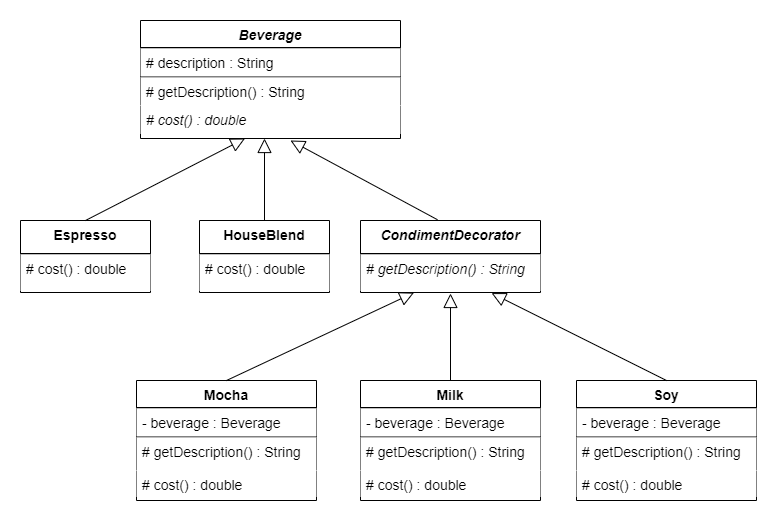
Before: src/main/java/DesignPatterns/decorator/Decorator.png, a diagram exported from draw.io (jtjin/DesignPatterns). Source tidied: cells renumbered, new cells last; positions are measured from the earlier drawing's top-left corner, leaving out a move shared by most shapes.
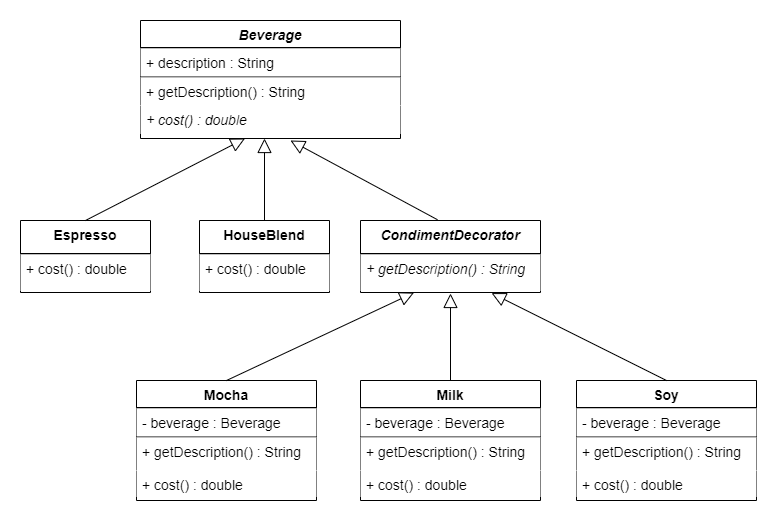
The same diagram one commit later.

Commit message:
Update Decorator Pattern

What changed in the source:
```diff
@@ -11,16 +11,16 @@
     <mxCell id="4" style="line;html=1;strokeWidth=1;align=left;verticalAlign=middle;spacingTop=-1;spacingLeft=3;spacingRight=3;labelPosition=right;fontFamily=Helvetica;fontSize=14;labelBackgroundColor=#FFFFFF;noLabel=0;perimeterSpacing=0;shadow=0;sketch=0;fontStyle=0;" parent="3" vertex="1">
       <mxGeometry y="27" width="260" height="1" as="geometry" />
     </mxCell>
-    <mxCell id="5" value="# description : String" style="text;align=left;verticalAlign=top;spacingLeft=4;spacingRight=4;overflow=hidden;fontFamily=Helvetica;fontSize=14;labelBackgroundColor=#ffffff;fillColor=#ffffff;fontStyle=0;" parent="3" vertex="1">
+    <mxCell id="5" value="+ description : String" style="text;align=left;verticalAlign=top;spacingLeft=4;spacingRight=4;overflow=hidden;fontFamily=Helvetica;fontSize=14;labelBackgroundColor=#ffffff;fillColor=#ffffff;fontStyle=0;" parent="3" vertex="1">
       <mxGeometry y="28" width="260" height="28" as="geometry" />
     </mxCell>
     <mxCell id="6" style="line;html=1;strokeWidth=1;align=left;verticalAlign=middle;spacingTop=-1;spacingLeft=3;spacingRight=3;labelPosition=right;fontFamily=Helvetica;fontSize=14;labelBackgroundColor=#FFFFFF;noLabel=0;perimeterSpacing=0;shadow=0;sketch=0;fontStyle=0;" parent="3" vertex="1">
       <mxGeometry y="56" width="260" height="1" as="geometry" />
     </mxCell>
-    <mxCell id="7" value="# getDescription() : String" style="text;align=left;verticalAlign=top;spacingLeft=4;spacingRight=4;overflow=hidden;fontFamily=Helvetica;fontSize=14;labelBackgroundColor=#ffffff;fillColor=#ffffff;fontStyle=0;" parent="3" vertex="1">
+    <mxCell id="7" value="+ getDescription() : String" style="text;align=left;verticalAlign=top;spacingLeft=4;spacingRight=4;overflow=hidden;fontFamily=Helvetica;fontSize=14;labelBackgroundColor=#ffffff;fillColor=#ffffff;fontStyle=0;" parent="3" vertex="1">
       <mxGeometry y="57" width="260" height="28" as="geometry" />
     </mxCell>
-    <mxCell id="8" value="# cost() : double" style="text;align=left;verticalAlign=top;spacingLeft=4;spacingRight=4;overflow=hidden;fontFamily=Helvetica;fontSize=14;labelBackgroundColor=#ffffff;fillColor=#ffffff;fontStyle=2;" parent="3" vertex="1">
+    <mxCell id="8" value="+ cost() : double" style="text;align=left;verticalAlign=top;spacingLeft=4;spacingRight=4;overflow=hidden;fontFamily=Helvetica;fontSize=14;labelBackgroundColor=#ffffff;fillColor=#ffffff;fontStyle=2;" parent="3" vertex="1">
       <mxGeometry y="85" width="260" height="28" as="geometry" />
     </mxCell>
     <mxCell id="9" value="Espresso" style="swimlane;fontStyle=1;align=center;verticalAlign=top;horizontal=1;startSize=33;rounded=0;shadow=0;strokeWidth=1;fontFamily=Helvetica;fontSize=14;labelBackgroundColor=#FFFFFF;" parent="1" vertex="1">
@@ -29,7 +29,7 @@
     <mxCell id="10" style="line;html=1;strokeWidth=1;align=left;verticalAlign=middle;spacingTop=-1;spacingLeft=3;spacingRight=3;labelPosition=right;fontFamily=Helvetica;fontSize=14;labelBackgroundColor=#FFFFFF;noLabel=0;perimeterSpacing=0;shadow=0;sketch=0;" parent="9" vertex="1">
       <mxGeometry y="33" width="130" height="1" as="geometry" />
     </mxCell>
-    <mxCell id="11" value="# cost() : double" style="text;align=left;verticalAlign=top;spacingLeft=4;spacingRight=4;overflow=hidden;fontFamily=Helvetica;fontSize=14;labelBackgroundColor=#ffffff;fillColor=#ffffff;fontStyle=0;whiteSpace=wrap;" parent="9" vertex="1">
+    <mxCell id="11" value="+ cost() : double" style="text;align=left;verticalAlign=top;spacingLeft=4;spacingRight=4;overflow=hidden;fontFamily=Helvetica;fontSize=14;labelBackgroundColor=#ffffff;fillColor=#ffffff;fontStyle=0;whiteSpace=wrap;" parent="9" vertex="1">
       <mxGeometry y="34" width="130" height="36" as="geometry" />
     </mxCell>
     <mxCell id="12" value="HouseBlend" style="swimlane;fontStyle=1;align=center;verticalAlign=top;horizontal=1;startSize=33;rounded=0;shadow=0;strokeWidth=1;fontFamily=Helvetica;fontSize=14;labelBackgroundColor=#FFFFFF;" parent="1" vertex="1">
@@ -38,7 +38,7 @@
     <mxCell id="13" style="line;html=1;strokeWidth=1;align=left;verticalAlign=middle;spacingTop=-1;spacingLeft=3;spacingRight=3;labelPosition=right;fontFamily=Helvetica;fontSize=14;labelBackgroundColor=#FFFFFF;noLabel=0;perimeterSpacing=0;shadow=0;sketch=0;" parent="12" vertex="1">
       <mxGeometry y="33" width="130" height="1" as="geometry" />
     </mxCell>
-    <mxCell id="14" value="# cost() : double" style="text;align=left;verticalAlign=top;spacingLeft=4;spacingRight=4;overflow=hidden;fontFamily=Helvetica;fontSize=14;labelBackgroundColor=#ffffff;fillColor=#ffffff;fontStyle=0;whiteSpace=wrap;" parent="12" vertex="1">
+    <mxCell id="14" value="+ cost() : double" style="text;align=left;verticalAlign=top;spacingLeft=4;spacingRight=4;overflow=hidden;fontFamily=Helvetica;fontSize=14;labelBackgroundColor=#ffffff;fillColor=#ffffff;fontStyle=0;whiteSpace=wrap;" parent="12" vertex="1">
       <mxGeometry y="34" width="130" height="36" as="geometry" />
     </mxCell>
     <mxCell id="15" style="endArrow=block;endSize=12;endFill=0;html=1;fontFamily=Helvetica;fontSize=14;exitX=0.5;exitY=0;exitDx=0;exitDy=0;entryX=0.5;entryY=1;entryDx=0;entryDy=0;" parent="1" edge="1" source="9">
@@ -63,7 +63,7 @@
     <mxCell id="19" style="line;html=1;strokeWidth=1;align=left;verticalAlign=middle;spacingTop=-1;spacingLeft=3;spacingRight=3;labelPosition=right;fontFamily=Helvetica;fontSize=14;labelBackgroundColor=#FFFFFF;noLabel=0;perimeterSpacing=0;shadow=0;sketch=0;" parent="18" vertex="1">
       <mxGeometry y="33" width="180" height="1" as="geometry" />
     </mxCell>
-    <mxCell id="20" value="# getDescription() : String" style="text;align=left;verticalAlign=top;spacingLeft=4;spacingRight=4;overflow=hidden;points=[[0,0.5],[1,0.5]];portConstraint=eastwest;fontFamily=Helvetica;fontSize=14;labelBackgroundColor=#ffffff;fillColor=#ffffff;fontStyle=2;whiteSpace=wrap;" parent="18" vertex="1">
+    <mxCell id="20" value="+ getDescription() : String" style="text;align=left;verticalAlign=top;spacingLeft=4;spacingRight=4;overflow=hidden;points=[[0,0.5],[1,0.5]];portConstraint=eastwest;fontFamily=Helvetica;fontSize=14;labelBackgroundColor=#ffffff;fillColor=#ffffff;fontStyle=2;whiteSpace=wrap;" parent="18" vertex="1">
       <mxGeometry y="34" width="180" height="36" as="geometry" />
     </mxCell>
     <mxCell id="21" value="Mocha" style="swimlane;fontStyle=1;align=center;verticalAlign=top;horizontal=1;startSize=27;rounded=0;shadow=0;strokeWidth=1;fontFamily=Helvetica;fontSize=14;labelBackgroundColor=#FFFFFF;" parent="1" vertex="1">
@@ -78,10 +78,10 @@
     <mxCell id="24" style="line;html=1;strokeWidth=1;align=left;verticalAlign=middle;spacingTop=-1;spacingLeft=3;spacingRight=3;labelPosition=right;fontFamily=Helvetica;fontSize=14;labelBackgroundColor=#FFFFFF;noLabel=0;perimeterSpacing=0;shadow=0;sketch=0;fontStyle=0;" parent="21" vertex="1">
       <mxGeometry y="56" width="180" height="1" as="geometry" />
     </mxCell>
-    <mxCell id="25" value="# getDescription() : String" style="text;align=left;verticalAlign=top;spacingLeft=4;spacingRight=4;overflow=hidden;fontFamily=Helvetica;fontSize=14;labelBackgroundColor=#ffffff;fillColor=#ffffff;fontStyle=0;" parent="21" vertex="1">
+    <mxCell id="25" value="+ getDescription() : String" style="text;align=left;verticalAlign=top;spacingLeft=4;spacingRight=4;overflow=hidden;fontFamily=Helvetica;fontSize=14;labelBackgroundColor=#ffffff;fillColor=#ffffff;fontStyle=0;" parent="21" vertex="1">
       <mxGeometry y="57" width="180" height="33" as="geometry" />
     </mxCell>
-    <mxCell id="26" value="# cost() : double" style="text;align=left;verticalAlign=top;spacingLeft=4;spacingRight=4;overflow=hidden;fontFamily=Helvetica;fontSize=14;labelBackgroundColor=#ffffff;fillColor=#ffffff;fontStyle=0;" parent="21" vertex="1">
+    <mxCell id="26" value="+ cost() : double" style="text;align=left;verticalAlign=top;spacingLeft=4;spacingRight=4;overflow=hidden;fontFamily=Helvetica;fontSize=14;labelBackgroundColor=#ffffff;fillColor=#ffffff;fontStyle=0;" parent="21" vertex="1">
       <mxGeometry y="90" width="180" height="26" as="geometry" />
     </mxCell>
     <mxCell id="27" value="Milk" style="swimlane;fontStyle=1;align=center;verticalAlign=top;horizontal=1;startSize=27;rounded=0;shadow=0;strokeWidth=1;fontFamily=Helvetica;fontSize=14;labelBackgroundColor=#FFFFFF;" parent="1" vertex="1">
@@ -96,10 +96,10 @@
     <mxCell id="30" style="line;html=1;strokeWidth=1;align=left;verticalAlign=middle;spacingTop=-1;spacingLeft=3;spacingRight=3;labelPosition=right;fontFamily=Helvetica;fontSize=14;labelBackgroundColor=#FFFFFF;noLabel=0;perimeterSpacing=0;shadow=0;sketch=0;fontStyle=0;" parent="27" vertex="1">
       <mxGeometry y="56" width="180" height="1" as="geometry" />
     </mxCell>
-    <mxCell id="31" value="# getDescription() : String" style="text;align=left;verticalAlign=top;spacingLeft=4;spacingRight=4;overflow=hidden;fontFamily=Helvetica;fontSize=14;labelBackgroundColor=#ffffff;fillColor=#ffffff;fontStyle=0;" parent="27" vertex="1">
+    <mxCell id="31" value="+ getDescription() : String" style="text;align=left;verticalAlign=top;spacingLeft=4;spacingRight=4;overflow=hidden;fontFamily=Helvetica;fontSize=14;labelBackgroundColor=#ffffff;fillColor=#ffffff;fontStyle=0;" parent="27" vertex="1">
       <mxGeometry y="57" width="180" height="33" as="geometry" />
     </mxCell>
-    <mxCell id="32" value="# cost() : double" style="text;align=left;verticalAlign=top;spacingLeft=4;spacingRight=4;overflow=hidden;fontFamily=Helvetica;fontSize=14;labelBackgroundColor=#ffffff;fillColor=#ffffff;fontStyle=0;" parent="27" vertex="1">
+    <mxCell id="32" value="+ cost() : double" style="text;align=left;verticalAlign=top;spacingLeft=4;spacingRight=4;overflow=hidden;fontFamily=Helvetica;fontSize=14;labelBackgroundColor=#ffffff;fillColor=#ffffff;fontStyle=0;" parent="27" vertex="1">
       <mxGeometry y="90" width="180" height="26" as="geometry" />
     </mxCell>
     <mxCell id="33" value="Soy" style="swimlane;fontStyle=1;align=center;verticalAlign=top;horizontal=1;startSize=27;rounded=0;shadow=0;strokeWidth=1;fontFamily=Helvetica;fontSize=14;labelBackgroundColor=#FFFFFF;" parent="1" vertex="1">
@@ -114,10 +114,10 @@
     <mxCell id="36" style="line;html=1;strokeWidth=1;align=left;verticalAlign=middle;spacingTop=-1;spacingLeft=3;spacingRight=3;labelPosition=right;fontFamily=Helvetica;fontSize=14;labelBackgroundColor=#FFFFFF;noLabel=0;perimeterSpacing=0;shadow=0;sketch=0;fontStyle=0;" parent="33" vertex="1">
       <mxGeometry y="56" width="180" height="1" as="geometry" />
     </mxCell>
-    <mxCell id="37" value="# getDescription() : String" style="text;align=left;verticalAlign=top;spacingLeft=4;spacingRight=4;overflow=hidden;fontFamily=Helvetica;fontSize=14;labelBackgroundColor=#ffffff;fillColor=#ffffff;fontStyle=0;" parent="33" vertex="1">
+    <mxCell id="37" value="+ getDescription() : String" style="text;align=left;verticalAlign=top;spacingLeft=4;spacingRight=4;overflow=hidden;fontFamily=Helvetica;fontSize=14;labelBackgroundColor=#ffffff;fillColor=#ffffff;fontStyle=0;" parent="33" vertex="1">
       <mxGeometry y="57" width="180" height="33" as="geometry" />
     </mxCell>
-    <mxCell id="38" value="# cost() : double" style="text;align=left;verticalAlign=top;spacingLeft=4;spacingRight=4;overflow=hidden;fontFamily=Helvetica;fontSize=14;labelBackgroundColor=#ffffff;fillColor=#ffffff;fontStyle=0;" parent="33" vertex="1">
+    <mxCell id="38" value="+ cost() : double" style="text;align=left;verticalAlign=top;spacingLeft=4;spacingRight=4;overflow=hidden;fontFamily=Helvetica;fontSize=14;labelBackgroundColor=#ffffff;fillColor=#ffffff;fontStyle=0;" parent="33" vertex="1">
       <mxGeometry y="90" width="180" height="26" as="geometry" />
     </mxCell>
     <mxCell id="39" style="endArrow=block;endSize=12;endFill=0;html=1;fontFamily=Helvetica;fontSize=14;exitX=0.5;exitY=0;exitDx=0;exitDy=0;entryX=0.297;entryY=1.061;entryDx=0;entryDy=0;entryPerimeter=0;" parent="1" edge="1" source="21" target="20">
```
